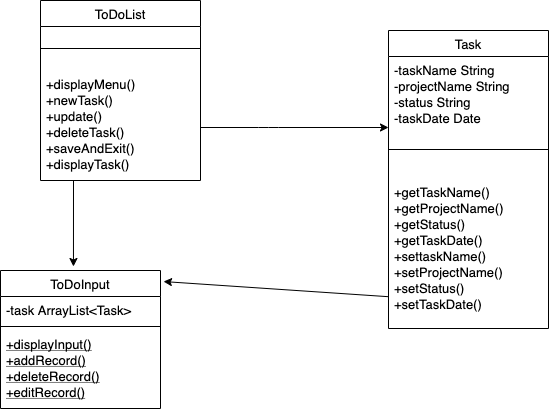
Earlier version of the draw.io export Class Diagram.png (Bhagyashri0312/To-Do-List). Source tidied: cells renumbered, new cells last; positions are measured from the earlier drawing's top-left corner, leaving out a move shared by most shapes. Its diagram source:
```xml
<mxGraphModel>
  <root>
    <mxCell id="0" />
    <mxCell id="1" parent="0" />
    <mxCell id="2" value="ToDoInput" style="swimlane;fontStyle=0;align=center;verticalAlign=top;horizontal=1;startSize=26;rounded=0;shadow=0;strokeWidth=1;fontSize=13;" parent="1" vertex="1">
      <mxGeometry y="270" width="160" height="138" as="geometry" />
    </mxCell>
    <mxCell id="3" value="-task ArrayList&lt;Task&gt;" style="text;align=left;verticalAlign=top;spacingLeft=4;spacingRight=4;overflow=hidden;fontSize=13;" parent="2" vertex="1">
      <mxGeometry y="26" width="160" height="26" as="geometry" />
    </mxCell>
    <mxCell id="4" style="line;html=1;strokeWidth=1;align=left;verticalAlign=middle;spacingTop=-1;spacingLeft=3;spacingRight=3;labelPosition=right;" parent="2" vertex="1">
      <mxGeometry y="52" width="160" height="8" as="geometry" />
    </mxCell>
    <mxCell id="5" value="+displayInput()&#10;+addRecord()&#10;+deleteRecord()&#10;+editRecord()&#10;" style="text;align=left;verticalAlign=top;spacingLeft=4;spacingRight=4;overflow=hidden;fontStyle=4;fontSize=13;" parent="2" vertex="1">
      <mxGeometry y="60" width="160" height="70" as="geometry" />
    </mxCell>
    <mxCell id="6" value="Task" style="swimlane;fontStyle=0;align=center;verticalAlign=top;horizontal=1;startSize=26;rounded=0;shadow=0;strokeWidth=1;fontSize=13;" parent="1" vertex="1">
      <mxGeometry x="388" y="30" width="160" height="298" as="geometry" />
    </mxCell>
    <mxCell id="7" value="-taskName String&#10;-projectName String&#10;-status String&#10;-taskDate Date" style="text;align=left;verticalAlign=top;spacingLeft=4;spacingRight=4;overflow=hidden;rounded=0;shadow=0;html=0;fontSize=13;" parent="6" vertex="1">
      <mxGeometry y="26" width="160" height="64" as="geometry" />
    </mxCell>
    <mxCell id="8" style="line;html=1;strokeWidth=1;align=left;verticalAlign=middle;spacingTop=-1;spacingLeft=3;spacingRight=3;labelPosition=right;" parent="6" vertex="1">
      <mxGeometry y="90" width="160" height="58" as="geometry" />
    </mxCell>
    <mxCell id="9" value="+getTaskName()&#10;+getProjectName()&#10;+getStatus()&#10;+getTaskDate()&#10;+settaskName()&#10;+setProjectName()&#10;+setStatus()&#10;+setTaskDate()" style="text;align=left;verticalAlign=top;spacingLeft=4;spacingRight=4;overflow=hidden;points=[[0,0.5],[1,0.5]];portConstraint=eastwest;fontSize=13;" parent="6" vertex="1">
      <mxGeometry y="148" width="160" height="150" as="geometry" />
    </mxCell>
    <mxCell id="10" style="endArrow=classic;html=1;" parent="1" edge="1">
      <mxGeometry relative="1" as="geometry">
        <mxPoint x="200" y="127" as="sourcePoint" />
        <mxPoint x="388" y="127" as="targetPoint" />
        <Array as="points">
          <mxPoint x="268" y="127" />
        </Array>
      </mxGeometry>
    </mxCell>
    <mxCell id="11" style="endArrow=classic;html=1;entryX=0.456;entryY=-0.029;entryDx=0;entryDy=0;entryPerimeter=0;" parent="1" edge="1" target="2">
      <mxGeometry relative="1" as="geometry">
        <mxPoint x="73" y="180" as="sourcePoint" />
      </mxGeometry>
    </mxCell>
    <mxCell id="12" value="ToDoList" style="swimlane;fontStyle=0;align=center;verticalAlign=top;horizontal=1;startSize=26;rounded=0;shadow=0;strokeWidth=1;fontSize=13;" parent="1" vertex="1">
      <mxGeometry x="40" width="160" height="180" as="geometry" />
    </mxCell>
    <mxCell id="13" value="&lt;br&gt;" style="line;html=1;strokeWidth=1;align=left;verticalAlign=middle;spacingTop=-1;spacingLeft=3;spacingRight=3;labelPosition=right;" parent="12" vertex="1">
      <mxGeometry y="26" width="160" height="44" as="geometry" />
    </mxCell>
    <mxCell id="14" value="+displayMenu()&#10;+newTask()&#10;+update()&#10;+deleteTask()&#10;+saveAndExit()&#10;+displayTask()" style="text;align=left;verticalAlign=top;spacingLeft=4;spacingRight=4;overflow=hidden;fontSize=13;" parent="12" vertex="1">
      <mxGeometry y="70" width="160" height="100" as="geometry" />
    </mxCell>
    <mxCell id="15" style="endArrow=classic;html=1;exitX=0;exitY=0.788;exitDx=0;exitDy=0;exitPerimeter=0;entryX=1.019;entryY=0.08;entryDx=0;entryDy=0;entryPerimeter=0;" parent="1" edge="1" source="9" target="2">
      <mxGeometry relative="1" as="geometry" />
    </mxCell>
  </root>
</mxGraphModel>
```
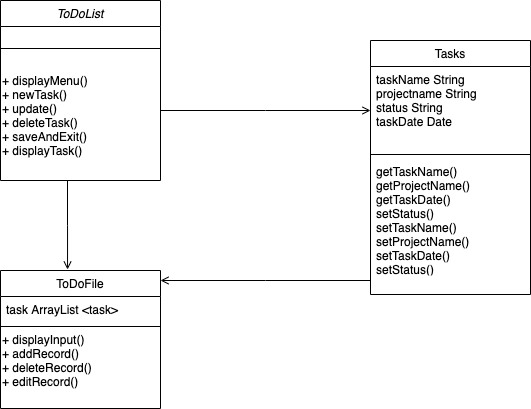
After the commit.

The edit, as a diff of the source:
```diff
@@ -2,55 +2,86 @@
   <root>
     <mxCell id="0" />
     <mxCell id="1" parent="0" />
+    <mxCell id="16" style="endArrow=open;shadow=0;strokeWidth=1;rounded=0;endFill=1;edgeStyle=elbowEdgeStyle;elbow=vertical;" parent="1" edge="1" source="12" target="6">
+      <mxGeometry x="0.5" y="41" relative="1" as="geometry">
+        <mxPoint x="-40" y="32" as="offset" />
+      </mxGeometry>
+    </mxCell>
+    <mxCell id="17" style="align=left;verticalAlign=bottom;labelBackgroundColor=none;fontSize=12;" parent="16" vertex="1">
+      <mxGeometry x="-1" relative="1" as="geometry">
+        <mxPoint y="4" as="offset" />
+      </mxGeometry>
+    </mxCell>
+    <mxCell id="18" style="align=right;verticalAlign=bottom;labelBackgroundColor=none;fontSize=12;" parent="16" vertex="1">
+      <mxGeometry x="1" relative="1" as="geometry">
+        <mxPoint x="-7" y="4" as="offset" />
+      </mxGeometry>
+    </mxCell>
+    <mxCell id="12" value="ToDoList" style="swimlane;fontStyle=2;align=center;verticalAlign=top;horizontal=1;startSize=26;rounded=0;shadow=0;strokeWidth=1;" parent="1" vertex="1">
+      <mxGeometry x="60" y="30" width="160" height="180" as="geometry" />
+    </mxCell>
+    <mxCell id="13" style="line;html=1;strokeWidth=1;align=left;verticalAlign=middle;spacingTop=-1;spacingLeft=3;spacingRight=3;labelPosition=right;" parent="12" vertex="1">
+      <mxGeometry y="26" width="160" height="44" as="geometry" />
+    </mxCell>
+    <mxCell id="19" value="+ displayMenu()&lt;br&gt;+ newTask()&lt;br&gt;+ update()&lt;br&gt;+ deleteTask()&lt;br&gt;+ saveAndExit()&lt;br&gt;+ displayTask()" style="text;html=1;align=left;verticalAlign=middle;" parent="12" vertex="1">
+      <mxGeometry y="70" width="160" height="90" as="geometry" />
+    </mxCell>
-    <mxCell id="2" value="ToDoInput" style="swimlane;fontStyle=0;align=center;verticalAlign=top;horizontal=1;startSize=26;rounded=0;shadow=0;strokeWidth=1;fontSize=13;" parent="1" vertex="1">
-      <mxGeometry y="270" width="160" height="138" as="geometry" />
+    <mxCell id="2" value="ToDoFile" style="swimlane;fontStyle=0;align=center;verticalAlign=top;horizontal=1;startSize=26;rounded=0;shadow=0;strokeWidth=1;" parent="1" vertex="1">
+      <mxGeometry x="60" y="300" width="160" height="138" as="geometry" />
     </mxCell>
-    <mxCell id="3" value="-task ArrayList&lt;Task&gt;" style="text;align=left;verticalAlign=top;spacingLeft=4;spacingRight=4;overflow=hidden;fontSize=13;" parent="2" vertex="1">
-      <mxGeometry y="26" width="160" height="26" as="geometry" />
-    </mxCell>
+    <mxCell id="20" value="task ArrayList &lt;task&gt;" style="text;align=left;verticalAlign=top;spacingLeft=4;spacingRight=4;overflow=hidden;rounded=0;shadow=0;html=0;" parent="2" vertex="1">
+      <mxGeometry y="26" width="160" height="26" as="geometry" />
+    </mxCell>
     <mxCell id="4" style="line;html=1;strokeWidth=1;align=left;verticalAlign=middle;spacingTop=-1;spacingLeft=3;spacingRight=3;labelPosition=right;" parent="2" vertex="1">
       <mxGeometry y="52" width="160" height="8" as="geometry" />
     </mxCell>
-    <mxCell id="5" value="+displayInput()&#10;+addRecord()&#10;+deleteRecord()&#10;+editRecord()&#10;" style="text;align=left;verticalAlign=top;spacingLeft=4;spacingRight=4;overflow=hidden;fontStyle=4;fontSize=13;" parent="2" vertex="1">
-      <mxGeometry y="60" width="160" height="70" as="geometry" />
-    </mxCell>
+    <mxCell id="21" value="+ displayInput()&lt;br&gt;+ addRecord()&lt;br&gt;+ deleteRecord()&lt;br&gt;+ editRecord()" style="text;html=1;align=left;verticalAlign=middle;" parent="2" vertex="1">
+      <mxGeometry y="60" width="160" height="60" as="geometry" />
+    </mxCell>
+    <mxCell id="22" style="endArrow=open;shadow=0;strokeWidth=1;rounded=0;endFill=1;edgeStyle=elbowEdgeStyle;elbow=vertical;entryX=0.419;entryY=-0.007;entryDx=0;entryDy=0;entryPerimeter=0;" parent="1" edge="1" target="2">
+      <mxGeometry x="0.5" y="41" relative="1" as="geometry">
+        <mxPoint x="127" y="210" as="sourcePoint" />
+        <mxPoint x="-40" y="32" as="offset" />
+      </mxGeometry>
+    </mxCell>
+    <mxCell id="23" style="align=left;verticalAlign=bottom;labelBackgroundColor=none;fontSize=12;" parent="22" vertex="1">
+      <mxGeometry x="-1" relative="1" as="geometry">
+        <mxPoint y="4" as="offset" />
+      </mxGeometry>
+    </mxCell>
+    <mxCell id="24" style="align=right;verticalAlign=bottom;labelBackgroundColor=none;fontSize=12;" parent="22" vertex="1">
+      <mxGeometry x="1" relative="1" as="geometry">
+        <mxPoint x="-7" y="4" as="offset" />
+      </mxGeometry>
+    </mxCell>
-    <mxCell id="6" value="Task" style="swimlane;fontStyle=0;align=center;verticalAlign=top;horizontal=1;startSize=26;rounded=0;shadow=0;strokeWidth=1;fontSize=13;" parent="1" vertex="1">
-      <mxGeometry x="388" y="30" width="160" height="298" as="geometry" />
+    <mxCell id="6" value="Tasks" style="swimlane;fontStyle=0;align=center;verticalAlign=top;horizontal=1;startSize=26;rounded=0;shadow=0;strokeWidth=1;" parent="1" vertex="1">
+      <mxGeometry x="430" y="70" width="160" height="254" as="geometry" />
     </mxCell>
-    <mxCell id="7" value="-taskName String&#10;-projectName String&#10;-status String&#10;-taskDate Date" style="text;align=left;verticalAlign=top;spacingLeft=4;spacingRight=4;overflow=hidden;rounded=0;shadow=0;html=0;fontSize=13;" parent="6" vertex="1">
-      <mxGeometry y="26" width="160" height="64" as="geometry" />
+    <mxCell id="7" value="taskName String&#10;projectname String&#10;status String&#10;taskDate Date" style="text;align=left;verticalAlign=top;spacingLeft=4;spacingRight=4;overflow=hidden;rounded=0;shadow=0;html=0;" parent="6" vertex="1">
+      <mxGeometry y="26" width="160" height="84" as="geometry" />
     </mxCell>
     <mxCell id="8" style="line;html=1;strokeWidth=1;align=left;verticalAlign=middle;spacingTop=-1;spacingLeft=3;spacingRight=3;labelPosition=right;" parent="6" vertex="1">
-      <mxGeometry y="90" width="160" height="58" as="geometry" />
+      <mxGeometry y="110" width="160" height="8" as="geometry" />
     </mxCell>
-    <mxCell id="9" value="+getTaskName()&#10;+getProjectName()&#10;+getStatus()&#10;+getTaskDate()&#10;+settaskName()&#10;+setProjectName()&#10;+setStatus()&#10;+setTaskDate()" style="text;align=left;verticalAlign=top;spacingLeft=4;spacingRight=4;overflow=hidden;points=[[0,0.5],[1,0.5]];portConstraint=eastwest;fontSize=13;" parent="6" vertex="1">
-      <mxGeometry y="148" width="160" height="150" as="geometry" />
+    <mxCell id="9" value="getTaskName()&#10;getProjectName()&#10;getTaskDate()&#10;setStatus()&#10;setTaskName()&#10;setProjectName()&#10;setTaskDate()&#10;setStatus()&#10;&#10;" style="text;align=left;verticalAlign=top;spacingLeft=4;spacingRight=4;overflow=hidden;points=[[0,0.5],[1,0.5]];portConstraint=eastwest;" parent="6" vertex="1">
+      <mxGeometry y="118" width="160" height="112" as="geometry" />
     </mxCell>
-    <mxCell id="10" style="endArrow=classic;html=1;" parent="1" edge="1">
-      <mxGeometry relative="1" as="geometry">
-        <mxPoint x="200" y="127" as="sourcePoint" />
-        <mxPoint x="388" y="127" as="targetPoint" />
-        <Array as="points">
-          <mxPoint x="268" y="127" />
-        </Array>
-      </mxGeometry>
-    </mxCell>
-    <mxCell id="11" style="endArrow=classic;html=1;entryX=0.456;entryY=-0.029;entryDx=0;entryDy=0;entryPerimeter=0;" parent="1" edge="1" target="2">
-      <mxGeometry relative="1" as="geometry">
-        <mxPoint x="73" y="180" as="sourcePoint" />
-      </mxGeometry>
-    </mxCell>
-    <mxCell id="12" value="ToDoList" style="swimlane;fontStyle=0;align=center;verticalAlign=top;horizontal=1;startSize=26;rounded=0;shadow=0;strokeWidth=1;fontSize=13;" parent="1" vertex="1">
-      <mxGeometry x="40" width="160" height="180" as="geometry" />
-    </mxCell>
-    <mxCell id="13" value="&lt;br&gt;" style="line;html=1;strokeWidth=1;align=left;verticalAlign=middle;spacingTop=-1;spacingLeft=3;spacingRight=3;labelPosition=right;" parent="12" vertex="1">
-      <mxGeometry y="26" width="160" height="44" as="geometry" />
-    </mxCell>
-    <mxCell id="14" value="+displayMenu()&#10;+newTask()&#10;+update()&#10;+deleteTask()&#10;+saveAndExit()&#10;+displayTask()" style="text;align=left;verticalAlign=top;spacingLeft=4;spacingRight=4;overflow=hidden;fontSize=13;" parent="12" vertex="1">
-      <mxGeometry y="70" width="160" height="100" as="geometry" />
-    </mxCell>
-    <mxCell id="15" style="endArrow=classic;html=1;exitX=0;exitY=0.788;exitDx=0;exitDy=0;exitPerimeter=0;entryX=1.019;entryY=0.08;entryDx=0;entryDy=0;entryPerimeter=0;" parent="1" edge="1" source="9" target="2">
-      <mxGeometry relative="1" as="geometry" />
-    </mxCell>
+    <mxCell id="25" style="endArrow=open;shadow=0;strokeWidth=1;rounded=0;endFill=1;edgeStyle=elbowEdgeStyle;elbow=vertical;" parent="1" edge="1">
+      <mxGeometry x="0.5" y="41" relative="1" as="geometry">
+        <mxPoint x="430" y="310" as="sourcePoint" />
+        <mxPoint x="220" y="310" as="targetPoint" />
+        <mxPoint x="-40" y="32" as="offset" />
+      </mxGeometry>
+    </mxCell>
+    <mxCell id="26" style="align=left;verticalAlign=bottom;labelBackgroundColor=none;fontSize=12;" parent="25" vertex="1">
+      <mxGeometry x="-1" relative="1" as="geometry">
+        <mxPoint y="4" as="offset" />
+      </mxGeometry>
+    </mxCell>
+    <mxCell id="27" style="align=right;verticalAlign=bottom;labelBackgroundColor=none;fontSize=12;" parent="25" vertex="1">
+      <mxGeometry x="1" relative="1" as="geometry">
+        <mxPoint x="-7" y="4" as="offset" />
+      </mxGeometry>
+    </mxCell>
   </root>
 </mxGraphModel>
```
